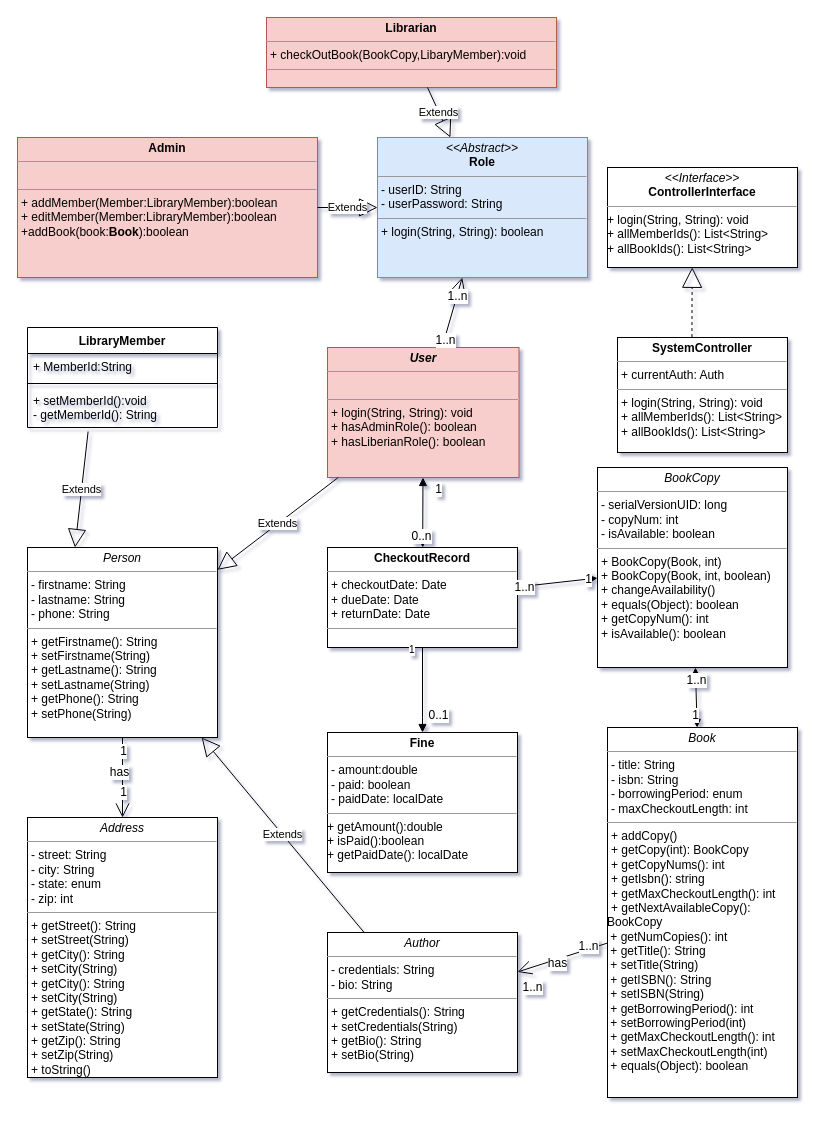
Earlier version of the draw.io diagram Untitled Diagram.drawio (megaunknown/UML). Source tidied: cells renumbered, new cells numbered last; positions are measured from the earlier drawing's top-left corner, leaving out a move shared by most shapes. Both pictures are drawn from the tidied source at 100%, with x=0, y=0 at pixel (17, 17).
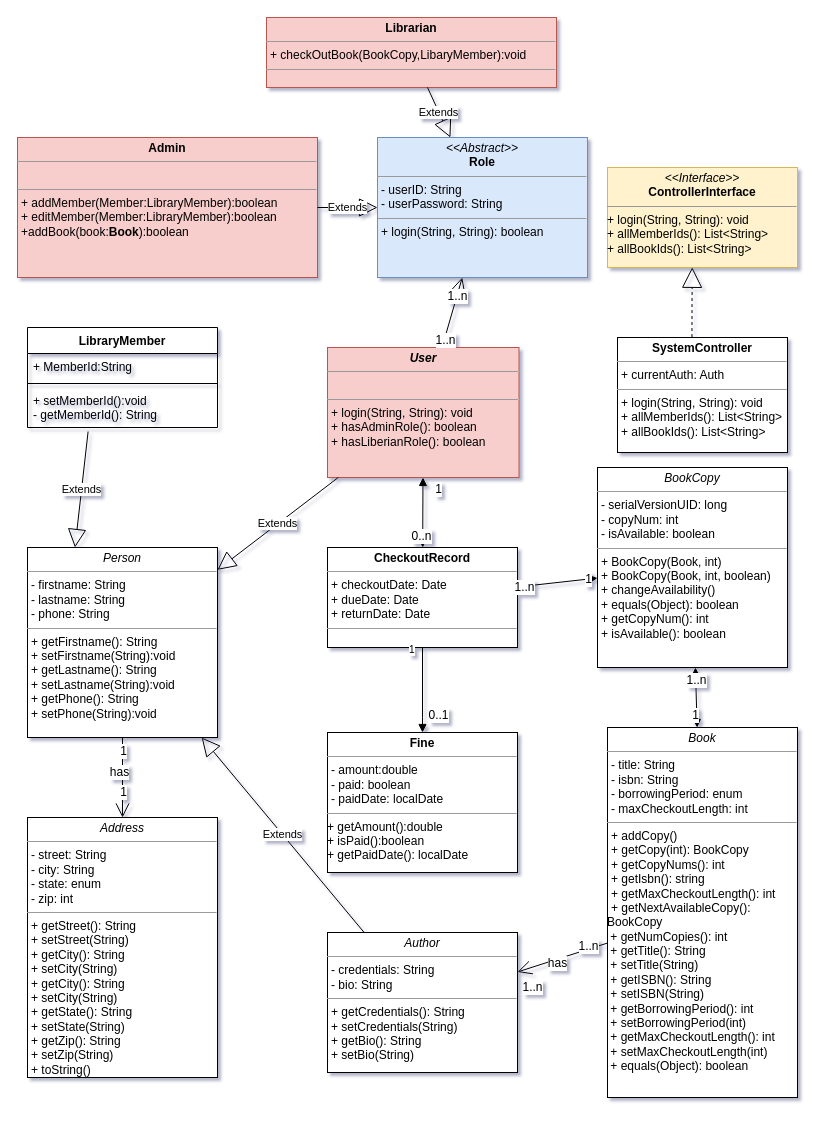
The same diagram, later.

Commit message:
Update Person Class Diagram

Diff of the diagram source:
```diff
@@
-    <mxCell id="5" value="&lt;p style=&quot;margin: 0px ; margin-top: 4px ; text-align: center&quot;&gt;&lt;i&gt;Person&lt;/i&gt;&lt;br&gt;&lt;/p&gt;&lt;hr size=&quot;1&quot;&gt;&lt;p style=&quot;margin: 0px ; margin-left: 4px&quot;&gt;- firstname: String&lt;br&gt;- lastname: String&lt;/p&gt;&lt;p style=&quot;margin: 0px ; margin-left: 4px&quot;&gt;- phone: String&lt;br&gt;&lt;/p&gt;&lt;hr size=&quot;1&quot;&gt;&lt;p style=&quot;margin: 0px ; margin-left: 4px&quot;&gt;+ getFirstname(): String&lt;/p&gt;&lt;p style=&quot;margin: 0px ; margin-left: 4px&quot;&gt;+ setFirstname(String)&lt;br&gt;&lt;/p&gt;&lt;p style=&quot;margin: 0px 0px 0px 4px&quot;&gt;+ getLastname(): String&lt;/p&gt;&lt;p style=&quot;margin: 0px 0px 0px 4px&quot;&gt;+ setLastname(String)&lt;br&gt;&lt;/p&gt;&lt;p style=&quot;margin: 0px 0px 0px 4px&quot;&gt;+ getPhone(): String&lt;/p&gt;&lt;p style=&quot;margin: 0px 0px 0px 4px&quot;&gt;+ setPhone(String)&lt;/p&gt;&lt;p style=&quot;margin: 0px 0px 0px 4px&quot;&gt;&lt;br&gt;&lt;/p&gt;" style="verticalAlign=top;align=left;overflow=fill;fontSize=12;fontFamily=Helvetica;html=1;rounded=0;shadow=0;comic=0;labelBackgroundColor=none;strokeWidth=1;" parent="1" vertex="1">
+    <mxCell id="5" value="&lt;p style=&quot;margin: 0px ; margin-top: 4px ; text-align: center&quot;&gt;&lt;i&gt;Person&lt;/i&gt;&lt;br&gt;&lt;/p&gt;&lt;hr size=&quot;1&quot;&gt;&lt;p style=&quot;margin: 0px ; margin-left: 4px&quot;&gt;- firstname: String&lt;br&gt;- lastname: String&lt;/p&gt;&lt;p style=&quot;margin: 0px ; margin-left: 4px&quot;&gt;- phone: String&lt;br&gt;&lt;/p&gt;&lt;hr size=&quot;1&quot;&gt;&lt;p style=&quot;margin: 0px ; margin-left: 4px&quot;&gt;+ getFirstname(): String&lt;/p&gt;&lt;p style=&quot;margin: 0px ; margin-left: 4px&quot;&gt;+ setFirstname(String):void&lt;br&gt;&lt;/p&gt;&lt;p style=&quot;margin: 0px 0px 0px 4px&quot;&gt;+ getLastname(): String&lt;/p&gt;&lt;p style=&quot;margin: 0px 0px 0px 4px&quot;&gt;+ setLastname(String):void&lt;br&gt;&lt;/p&gt;&lt;p style=&quot;margin: 0px 0px 0px 4px&quot;&gt;+ getPhone(): String&lt;/p&gt;&lt;p style=&quot;margin: 0px 0px 0px 4px&quot;&gt;+ setPhone(String):void&lt;/p&gt;&lt;p style=&quot;margin: 0px 0px 0px 4px&quot;&gt;&lt;br&gt;&lt;/p&gt;" style="verticalAlign=top;align=left;overflow=fill;fontSize=12;fontFamily=Helvetica;html=1;rounded=0;shadow=0;comic=0;labelBackgroundColor=none;strokeWidth=1;" parent="1" vertex="1">
       <mxGeometry x="10" y="530" width="190" height="190" as="geometry" />
     </mxCell>
@@
-    <mxCell id="7" value="&lt;p style=&quot;margin: 0px ; margin-top: 4px ; text-align: center&quot;&gt;&lt;i&gt;&amp;lt;&amp;lt;Interface&amp;gt;&amp;gt;&lt;/i&gt;&lt;br&gt;&lt;b&gt;ControllerInterface&lt;/b&gt;&lt;br&gt;&lt;/p&gt;&lt;hr size=&quot;1&quot;&gt;&lt;p style=&quot;margin: 0px ; margin-left: 4px&quot;&gt;&lt;/p&gt;+ login(String, String): void&lt;br style=&quot;padding: 0px ; margin: 0px&quot;&gt;+ allMemberIds(): List&amp;lt;String&amp;gt;&lt;br style=&quot;padding: 0px ; margin: 0px&quot;&gt;+ allBookIds(): List&amp;lt;String&amp;gt;" style="verticalAlign=top;align=left;overflow=fill;fontSize=12;fontFamily=Helvetica;html=1;" parent="1" vertex="1">
+    <mxCell id="7" value="&lt;p style=&quot;margin: 0px ; margin-top: 4px ; text-align: center&quot;&gt;&lt;i&gt;&amp;lt;&amp;lt;Interface&amp;gt;&amp;gt;&lt;/i&gt;&lt;br&gt;&lt;b&gt;ControllerInterface&lt;/b&gt;&lt;br&gt;&lt;/p&gt;&lt;hr size=&quot;1&quot;&gt;&lt;p style=&quot;margin: 0px ; margin-left: 4px&quot;&gt;&lt;/p&gt;+ login(String, String): void&lt;br style=&quot;padding: 0px ; margin: 0px&quot;&gt;+ allMemberIds(): List&amp;lt;String&amp;gt;&lt;br style=&quot;padding: 0px ; margin: 0px&quot;&gt;+ allBookIds(): List&amp;lt;String&amp;gt;" style="verticalAlign=top;align=left;overflow=fill;fontSize=12;fontFamily=Helvetica;html=1;fillColor=#fff2cc;strokeColor=#d6b656;" parent="1" vertex="1">
       <mxGeometry x="590" y="150" width="190" height="100" as="geometry" />
     </mxCell>
```
